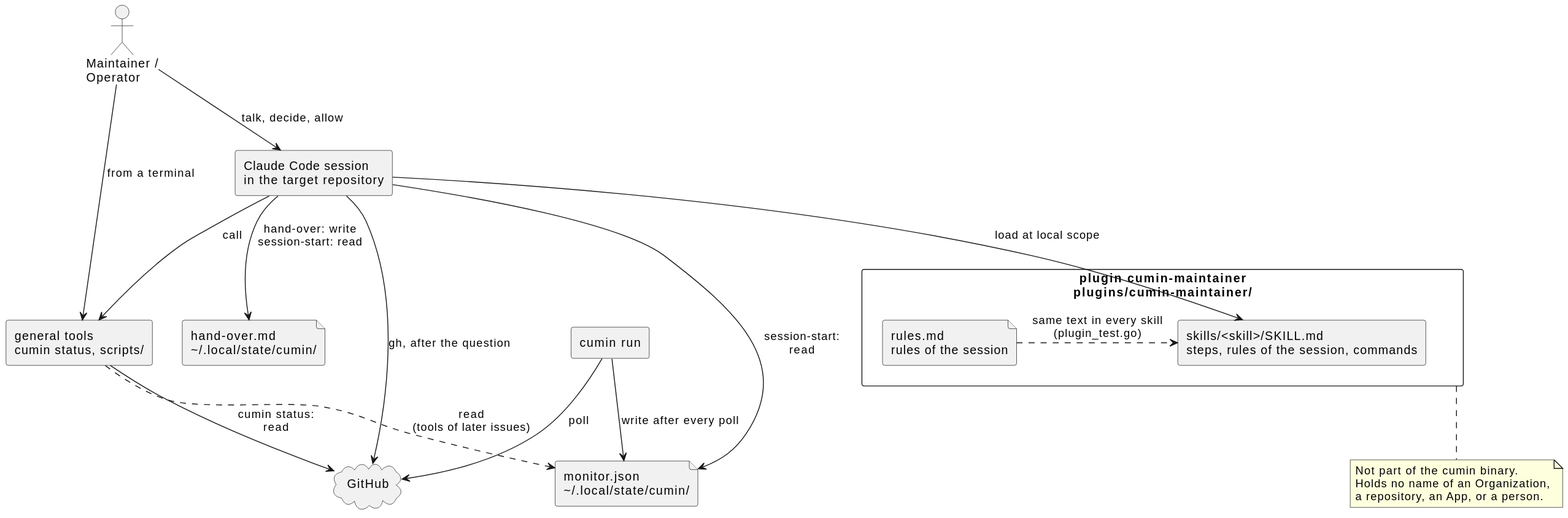
This is docs/ja/guides/maintainer-skills.svg from cloveclovedev/cumin-works, a PlantUML export, as it was before one commit.
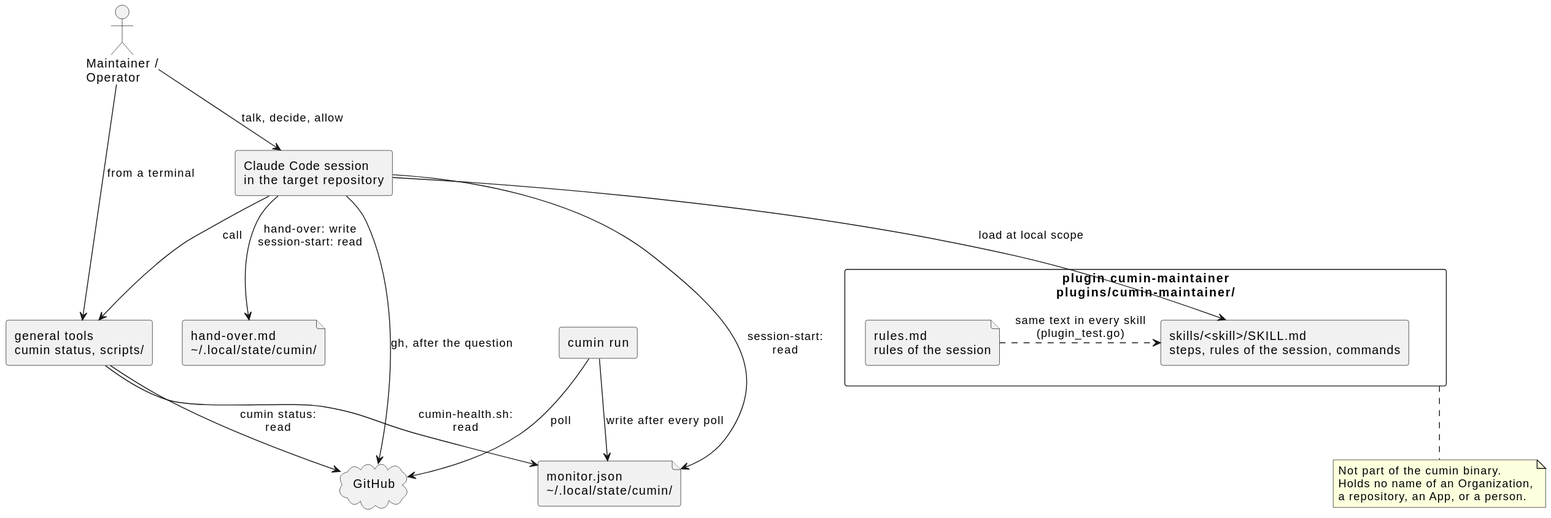
After the change.

Commit message:
feat(scripts): add the tool that says whether cumin is running (#719)

The edit, as a diff of the source:
```diff
@@ -24,7 +24,7 @@
 session --> monitor : session-start:\nread
 session --> note : hand-over: write\nsession-start: read
 tools --> github : cumin status:\nread
-tools ..> monitor : read\n(tools of later issues)
+tools --> monitor : cumin-health.sh:\nread
 run --> monitor : write after every poll
 run -right-> github : poll
 
```
